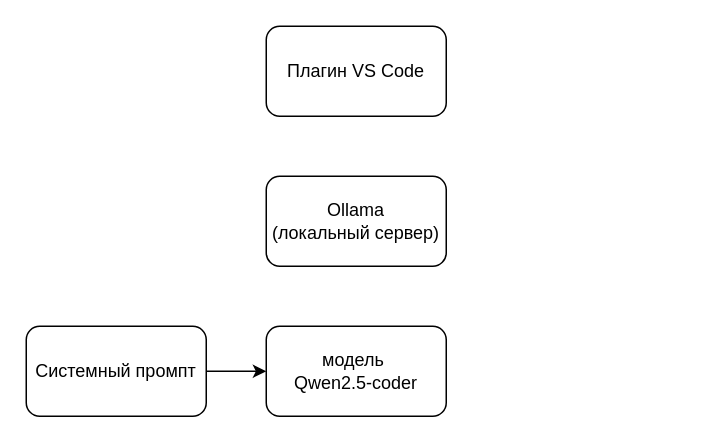
Earlier version of the draw.io diagram qwen.drawio (softqwak/drawio). Source tidied: cells renumbered, new cells numbered last; positions are measured from the earlier drawing's top-left corner, leaving out a move shared by most shapes. Both pictures are drawn from the tidied source at 150%, with x=0, y=0 at pixel (26, 26).
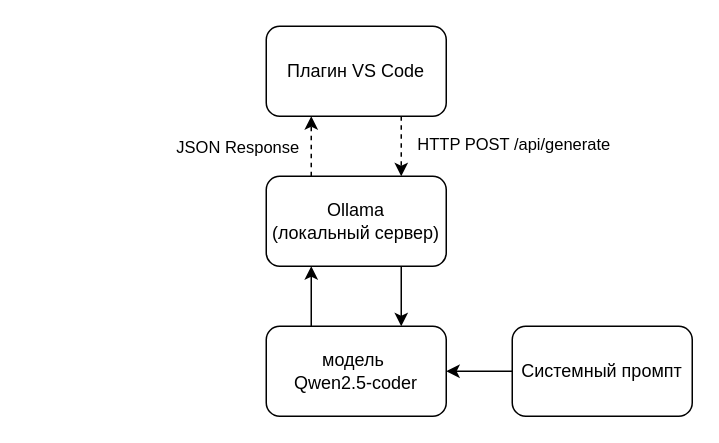
After the change.

Diff of the diagram source:
```diff
@@
 <mxGraphModel>
   <root>
     <mxCell id="0" />
     <mxCell id="1" parent="0" />
+    <mxCell id="7" style="edgeStyle=orthogonalEdgeStyle;rounded=0;jettySize=auto;html=1;exitX=0.25;exitY=0;exitDx=0;exitDy=0;entryX=0.25;entryY=1;entryDx=0;entryDy=0;" parent="1" edge="1" source="2" target="6">
+      <mxGeometry relative="1" as="geometry" />
+    </mxCell>
     <mxCell id="2" value="модель&amp;nbsp;&lt;div&gt;&lt;span style=&quot;background-color: transparent; color: light-dark(rgb(0, 0, 0), rgb(255, 255, 255));&quot;&gt;Qwen2.5-coder&lt;/span&gt;&lt;/div&gt;" style="rounded=1;whiteSpace=wrap;html=1;" parent="1" vertex="1">
       <mxGeometry x="160" y="200" width="120" height="60" as="geometry" />
     </mxCell>
-    <mxCell id="3" style="edgeStyle=orthogonalEdgeStyle;rounded=0;jettySize=auto;html=1;exitX=1;exitY=0.5;exitDx=0;exitDy=0;entryX=0;entryY=0.5;entryDx=0;entryDy=0;" parent="1" edge="1" source="4" target="2">
+    <mxCell id="3" style="edgeStyle=orthogonalEdgeStyle;rounded=0;jettySize=auto;html=1;exitX=0;exitY=0.5;exitDx=0;exitDy=0;entryX=1;entryY=0.5;entryDx=0;entryDy=0;" parent="1" edge="1" source="4" target="2">
       <mxGeometry relative="1" as="geometry" />
     </mxCell>
     <mxCell id="4" value="Системный промпт" style="rounded=1;whiteSpace=wrap;html=1;" parent="1" vertex="1">
-      <mxGeometry y="200" width="120" height="60" as="geometry" />
+      <mxGeometry x="324" y="200" width="120" height="60" as="geometry" />
     </mxCell>
+    <mxCell id="8" style="edgeStyle=orthogonalEdgeStyle;rounded=0;jettySize=auto;html=1;exitX=0.75;exitY=1;exitDx=0;exitDy=0;entryX=0.75;entryY=0;entryDx=0;entryDy=0;dashed=1;" parent="1" edge="1" source="5" target="6">
+      <mxGeometry relative="1" as="geometry" />
+    </mxCell>
+    <mxCell id="9" value="HTTP POST /api/generate" style="edgeLabel;html=1;align=center;verticalAlign=middle;" parent="8" vertex="1">
+      <mxGeometry x="-0.12" y="-1" relative="1" as="geometry">
+        <mxPoint x="75" as="offset" />
+      </mxGeometry>
+    </mxCell>
     <mxCell id="5" value="Плагин VS Code" style="rounded=1;whiteSpace=wrap;html=1;" parent="1" vertex="1">
       <mxGeometry x="160" width="120" height="60" as="geometry" />
     </mxCell>
+    <mxCell id="10" style="edgeStyle=orthogonalEdgeStyle;rounded=0;jettySize=auto;html=1;exitX=0.75;exitY=1;exitDx=0;exitDy=0;entryX=0.75;entryY=0;entryDx=0;entryDy=0;" parent="1" edge="1" source="6" target="2">
+      <mxGeometry relative="1" as="geometry" />
+    </mxCell>
+    <mxCell id="11" style="edgeStyle=orthogonalEdgeStyle;rounded=0;jettySize=auto;html=1;exitX=0.25;exitY=0;exitDx=0;exitDy=0;entryX=0.25;entryY=1;entryDx=0;entryDy=0;dashed=1;" parent="1" edge="1" source="6" target="5">
+      <mxGeometry relative="1" as="geometry" />
+    </mxCell>
+    <mxCell id="12" value="JSON Response" style="edgeLabel;html=1;align=center;verticalAlign=middle;" parent="11" vertex="1">
+      <mxGeometry y="-1" relative="1" as="geometry">
+        <mxPoint x="-51" as="offset" />
+      </mxGeometry>
+    </mxCell>
     <mxCell id="6" value="Ollama&lt;div&gt;(локальный сервер)&lt;/div&gt;" style="rounded=1;whiteSpace=wrap;html=1;" parent="1" vertex="1">
       <mxGeometry x="160" y="100" width="120" height="60" as="geometry" />
     </mxCell>
   </root>
 </mxGraphModel>
```
